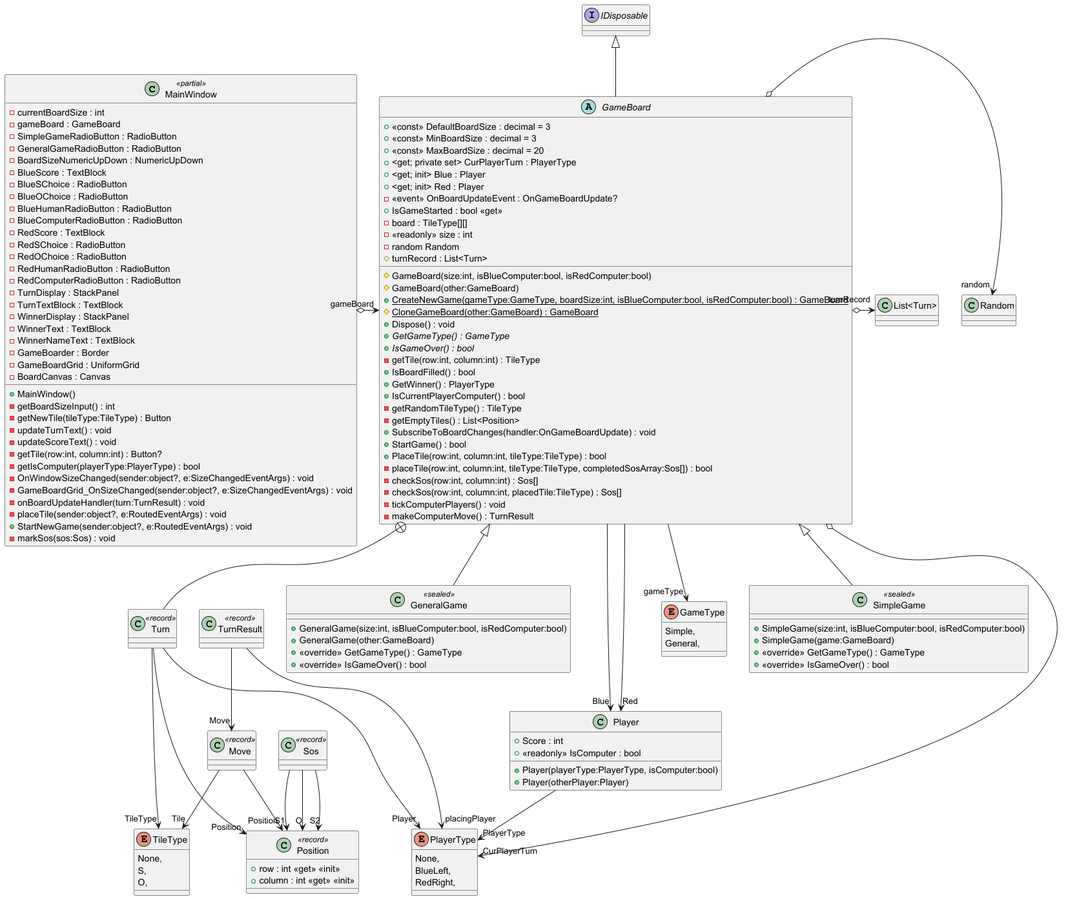
The PlantUML diagram Sprint 4/SOS Game/SOS Game/Class Diagram.png in csk2q/CS449, before a commit. Source of this version:
```plantuml
@startuml
class MainWindow <<partial>> {
    - currentBoardSize : int
    - gameBoard : GameBoard
    - SimpleGameRadioButton : RadioButton
    - GeneralGameRadioButton : RadioButton
    - BoardSizeNumericUpDown : NumericUpDown
    - BlueScore : TextBlock
    - BlueSChoice : RadioButton
    - BlueOChoice : RadioButton
    - BlueHumanRadioButton : RadioButton
    - BlueComputerRadioButton : RadioButton
    - RedScore : TextBlock
    - RedSChoice : RadioButton
    - RedOChoice : RadioButton
    - RedHumanRadioButton : RadioButton
    - RedComputerRadioButton : RadioButton
    - TurnDisplay : StackPanel
    - TurnTextBlock : TextBlock
    - WinnerDisplay : StackPanel
    - WinnerText : TextBlock
    - WinnerNameText : TextBlock
    - GameBoarder : Border
    - GameBoardGrid : UniformGrid
    - BoardCanvas : Canvas
    + MainWindow()
    - getBoardSizeInput() : int
    - getNewTile(tileType:TileType) : Button
    - updateTurnText() : void
    - updateScoreText() : void
    - getTile(row:int, column:int) : Button?
    - getIsComputer(playerType:PlayerType) : bool
    - OnWindowSizeChanged(sender:object?, e:SizeChangedEventArgs) : void
    - GameBoardGrid_OnSizeChanged(sender:object?, e:SizeChangedEventArgs) : void
    - onBoardUpdateHandler(turn:TurnResult) : void
    - placeTile(sender:object?, e:RoutedEventArgs) : void
    + StartNewGame(sender:object?, e:RoutedEventArgs) : void
    - markSos(sos:Sos) : void
}
MainWindow o-> "gameBoard" GameBoard




class GeneralGame <<sealed>> {
    + GeneralGame(size:int, isBlueComputer:bool, isRedComputer:bool)
    + GeneralGame(other:GameBoard)
    + <<override>> GetGameType() : GameType
    + <<override>> IsGameOver() : bool
}
GameBoard <|-- GeneralGame
abstract class GameBoard {
    + <<const>> DefaultBoardSize : decimal = 3
    + <<const>> MinBoardSize : decimal = 3
    + <<const>> MaxBoardSize : decimal = 20
    + <get; private set> CurPlayerTurn : PlayerType
    + <get; init> Blue : Player
    + <get; init> Red : Player
    -  <<event>> OnBoardUpdateEvent : OnGameBoardUpdate?
    + IsGameStarted : bool <<get>>
    - board : TileType[][]
    - <<readonly>> size : int
    - random Random
    # turnRecord : List<Turn>
    # GameBoard(size:int, isBlueComputer:bool, isRedComputer:bool)
    # GameBoard(other:GameBoard)
    + {static} CreateNewGame(gameType:GameType, boardSize:int, isBlueComputer:bool, isRedComputer:bool) : GameBoard
    # {static} CloneGameBoard(other:GameBoard) : GameBoard
    + Dispose() : void
    + {abstract} GetGameType() : GameType
    + {abstract} IsGameOver() : bool
    - getTile(row:int, column:int) : TileType
    + IsBoardFilled() : bool
    + GetWinner() : PlayerType
    + IsCurrentPlayerComputer() : bool
    - getRandomTileType() : TileType
    - getEmptyTiles() : List<Position>
    + SubscribeToBoardChanges(handler:OnGameBoardUpdate) : void
    + StartGame() : bool
    + PlaceTile(row:int, column:int, tileType:TileType) : bool
    - placeTile(row:int, column:int, tileType:TileType, completedSosArray:Sos[]) : bool
    - checkSos(row:int, column:int) : Sos[]
    - checkSos(row:int, column:int, placedTile:TileType) : Sos[]
    - tickComputerPlayers() : void
    - makeComputerMove() : TurnResult
}
class Turn <<record>> {
}


interface IDisposable

IDisposable <|-- GameBoard
GameBoard o-> "CurPlayerTurn" PlayerType
GameBoard ---> "Blue" Player
GameBoard ---> "Red" Player
GameBoard --> "gameType" GameType
GameBoard o-> "random" Random
GameBoard o-> "turnRecord" "List<Turn>"
GameBoard +-- Turn
Turn ---> "Player" PlayerType
Turn ---> "Position" Position
Turn ---> "TileType" TileType
class SimpleGame <<sealed>> {
    + SimpleGame(size:int, isBlueComputer:bool, isRedComputer:bool)
    + SimpleGame(game:GameBoard)
    + <<override>> GetGameType() : GameType
    + <<override>> IsGameOver() : bool
}
GameBoard <|-- SimpleGame
class Player {
    + Score : int
    + <<readonly>> IsComputer : bool
    + Player(playerType:PlayerType, isComputer:bool)
    + Player(otherPlayer:Player)
}
Player --> "PlayerType" PlayerType
class Position <<record>> {
    + row : int <<get>> <<init>>
    + column : int <<get>> <<init>>
}
class Sos <<record>> {
}
class Move <<record>> {
}
class TurnResult <<record>> {
}
Sos --> "S1" Position
Sos --> "O" Position
Sos --> "S2" Position
Move --> "Tile" TileType
Move --> "Position" Position
TurnResult --> "Move" Move
TurnResult --> "placingPlayer" PlayerType
enum PlayerType {
    None,
    BlueLeft,
    RedRight,
}
enum TileType {
    None,
    S,
    O,
}
enum GameType {
    Simple,
    General,
}
@enduml
```
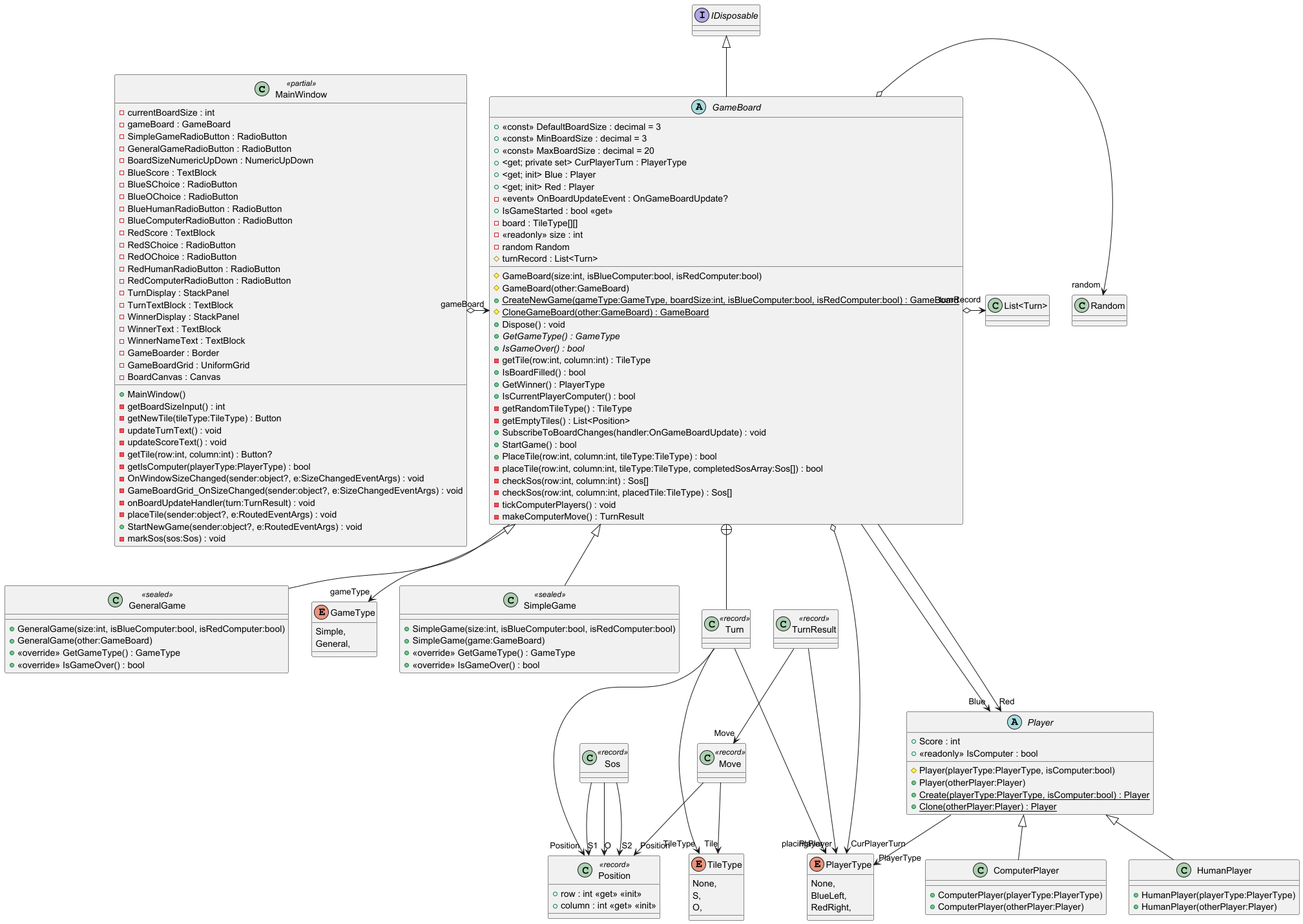
After the change.

Change to the diagram source:
```diff
@@ -49,6 +49,16 @@
     + <<override>> IsGameOver() : bool
 }
 GameBoard <|-- GeneralGame
+class HumanPlayer {
+    + HumanPlayer(playerType:PlayerType)
+    + HumanPlayer(otherPlayer:Player)
+}
+Player <|-- HumanPlayer
+class ComputerPlayer {
+    + ComputerPlayer(playerType:PlayerType)
+    + ComputerPlayer(otherPlayer:Player)
+}
+Player <|-- ComputerPlayer
 abstract class GameBoard {
     + <<const>> DefaultBoardSize : decimal = 3
     + <<const>> MinBoardSize : decimal = 3
@@ -108,11 +118,13 @@
     + <<override>> IsGameOver() : bool
 }
 GameBoard <|-- SimpleGame
-class Player {
+abstract class Player {
     + Score : int
     + <<readonly>> IsComputer : bool
-    + Player(playerType:PlayerType, isComputer:bool)
+    # Player(playerType:PlayerType, isComputer:bool)
     + Player(otherPlayer:Player)
+    + {static} Create(playerType:PlayerType, isComputer:bool) : Player
+    + {static} Clone(otherPlayer:Player) : Player
 }
 Player --> "PlayerType" PlayerType
 class Position <<record>> {
```
